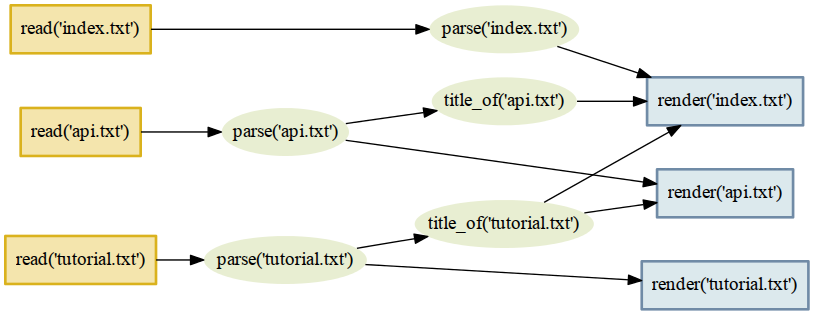
Before: contingent/figure4.png, a diagram exported from Graphviz (aosabook/500lines). Its source is kept beside it as contingent/figure4.dot. The source it was exported from:
```dot
digraph {
graph [rankdir=LR];
node [shape=rect penwidth=2 color="#DAB21D"
      style=filled fillcolor="#F4E5AD"]
{rank=same
"read('api.txt')"
"read('index.txt')"
"read('tutorial.txt')"
}
node [shape=rect penwidth=2 color="#708BA6"
      style=filled fillcolor="#DCE9ED"]
{rank=same
"render('api.txt')"
"render('index.txt')"
"render('tutorial.txt')"
}
node [shape=oval penwidth=0 style=filled fillcolor="#E8EED2"
      margin="0.05,0"]
"parse('api.txt')" -> "render('api.txt')"
"parse('api.txt')" -> "title_of('api.txt')"
"parse('index.txt')" -> "render('index.txt')"
"parse('tutorial.txt')" -> "render('tutorial.txt')"
"parse('tutorial.txt')" -> "title_of('tutorial.txt')"
"read('api.txt')" -> "parse('api.txt')"
"read('index.txt')" -> "parse('index.txt')"
"read('tutorial.txt')" -> "parse('tutorial.txt')"
"title_of('api.txt')" -> "render('index.txt')"
"title_of('tutorial.txt')" -> "render('api.txt')"
"title_of('tutorial.txt')" -> "render('index.txt')"
}
```
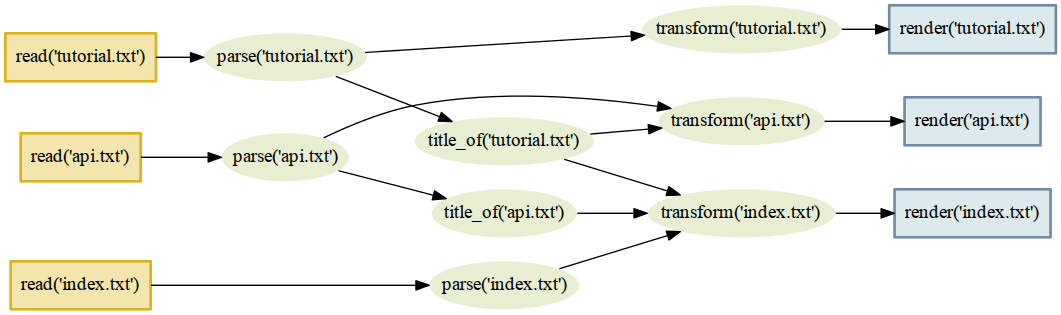
The same file after the commit.

Commit message:
Introduce a transform step, first cut at explaining the task stack

Change to the diagram source:
```diff
@@ -16,15 +16,18 @@
 }
 node [shape=oval penwidth=0 style=filled fillcolor="#E8EED2"
       margin="0.05,0"]
-"parse('api.txt')" -> "render('api.txt')"
 "parse('api.txt')" -> "title_of('api.txt')"
-"parse('index.txt')" -> "render('index.txt')"
-"parse('tutorial.txt')" -> "render('tutorial.txt')"
+"parse('api.txt')" -> "transform('api.txt')"
+"parse('index.txt')" -> "transform('index.txt')"
 "parse('tutorial.txt')" -> "title_of('tutorial.txt')"
+"parse('tutorial.txt')" -> "transform('tutorial.txt')"
 "read('api.txt')" -> "parse('api.txt')"
 "read('index.txt')" -> "parse('index.txt')"
 "read('tutorial.txt')" -> "parse('tutorial.txt')"
-"title_of('api.txt')" -> "render('index.txt')"
-"title_of('tutorial.txt')" -> "render('api.txt')"
-"title_of('tutorial.txt')" -> "render('index.txt')"
+"title_of('api.txt')" -> "transform('index.txt')"
+"title_of('tutorial.txt')" -> "transform('api.txt')"
+"title_of('tutorial.txt')" -> "transform('index.txt')"
+"transform('api.txt')" -> "render('api.txt')"
+"transform('index.txt')" -> "render('index.txt')"
+"transform('tutorial.txt')" -> "render('tutorial.txt')"
 }
```
